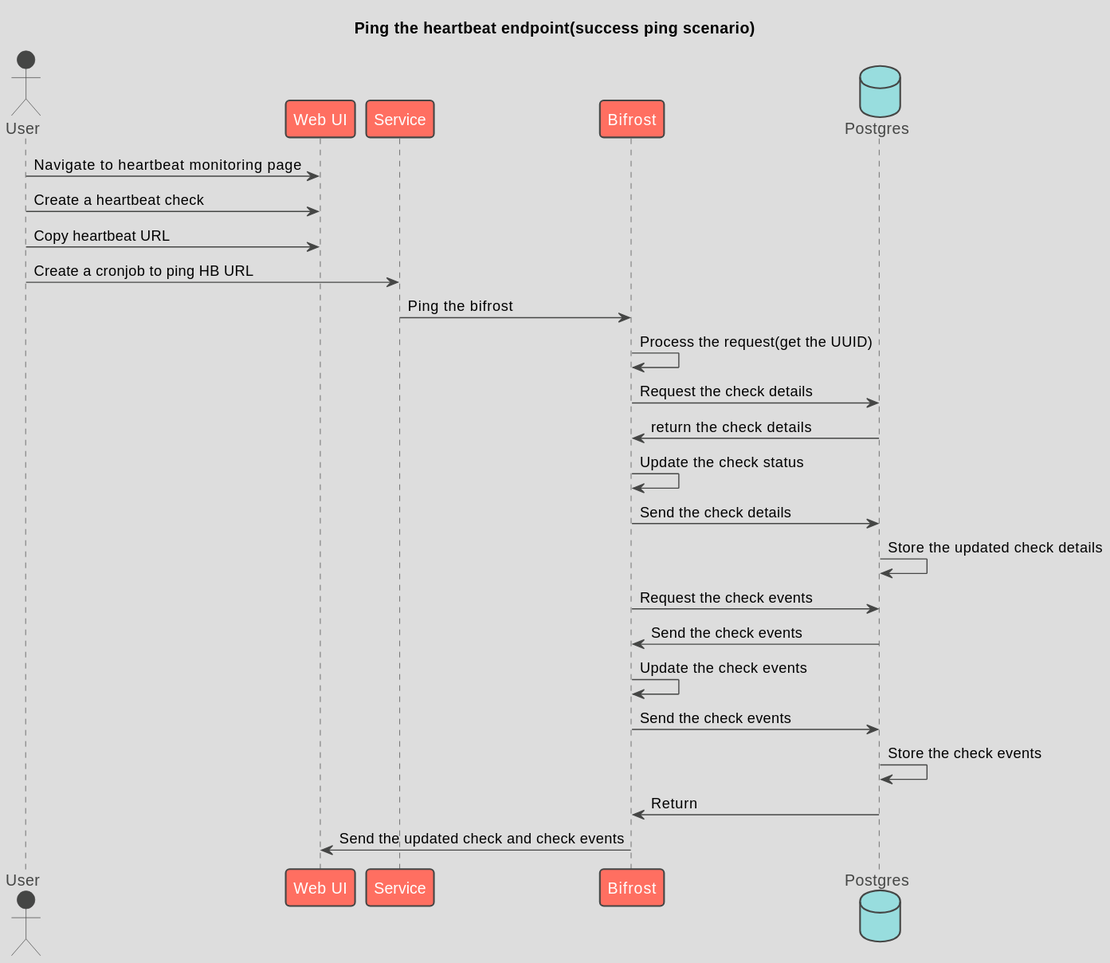
Before: 02_success_ping.svg, a diagram exported from PlantUML (kartikMiddleware/heartbeat-checks).
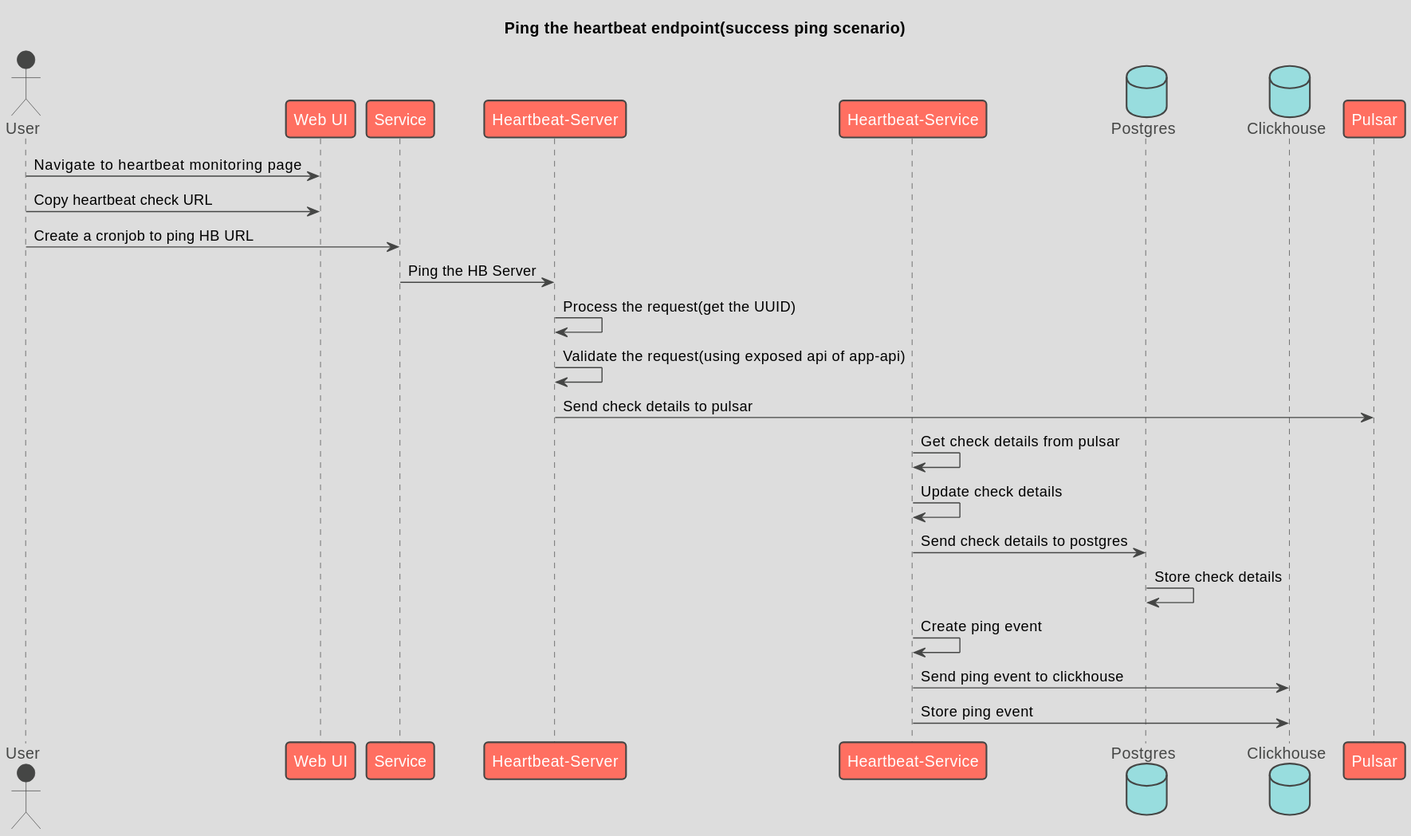
After the change.

What changed in the source:
```diff
@@ -4,24 +4,23 @@
 actor User
 participant "Web UI"
 participant Service
-participant Bifrost
+participant "Heartbeat-Server"
+participant "Heartbeat-Service"
 database    Postgres
+database    Clickhouse
+participant Pulsar
 User -> "Web UI" : Navigate to heartbeat monitoring page
-User -> "Web UI" : Create a heartbeat check
-User -> "Web UI" : Copy heartbeat URL
+User -> "Web UI" : Copy heartbeat check URL
 User -> Service : Create a cronjob to ping HB URL
-Service -> Bifrost : Ping the bifrost
-Bifrost -> Bifrost : Process the request(get the UUID)
-Bifrost -> Postgres : Request the check details
-Postgres -> Bifrost : return the check details
-Bifrost -> Bifrost : Update the check status
-Bifrost -> Postgres : Send the check details
-Postgres -> Postgres : Store the updated check details
-Bifrost -> Postgres : Request the check events
-Postgres -> Bifrost : Send the check events
-Bifrost -> Bifrost : Update the check events
-Bifrost -> Postgres : Send the check events
-Postgres -> Postgres : Store the check events
-Postgres -> Bifrost : Return
-Bifrost -> "Web UI" : Send the updated check and check events
+Service -> "Heartbeat-Server" : Ping the HB Server
+"Heartbeat-Server" -> "Heartbeat-Server" : Process the request(get the UUID)
+"Heartbeat-Server" -> "Heartbeat-Server" : Validate the request(using exposed api of app-api)
+"Heartbeat-Server" -> Pulsar : Send check details to pulsar
+"Heartbeat-Service" -> "Heartbeat-Service" : Get check details from pulsar
+"Heartbeat-Service" -> "Heartbeat-Service" : Update check details
+"Heartbeat-Service" -> Postgres : Send check details to postgres
+Postgres -> Postgres : Store check details
+"Heartbeat-Service" -> "Heartbeat-Service" : Create ping event
+"Heartbeat-Service" -> Clickhouse : Send ping event to clickhouse
+"Heartbeat-Service" -> Clickhouse : Store ping event
 @enduml
```
